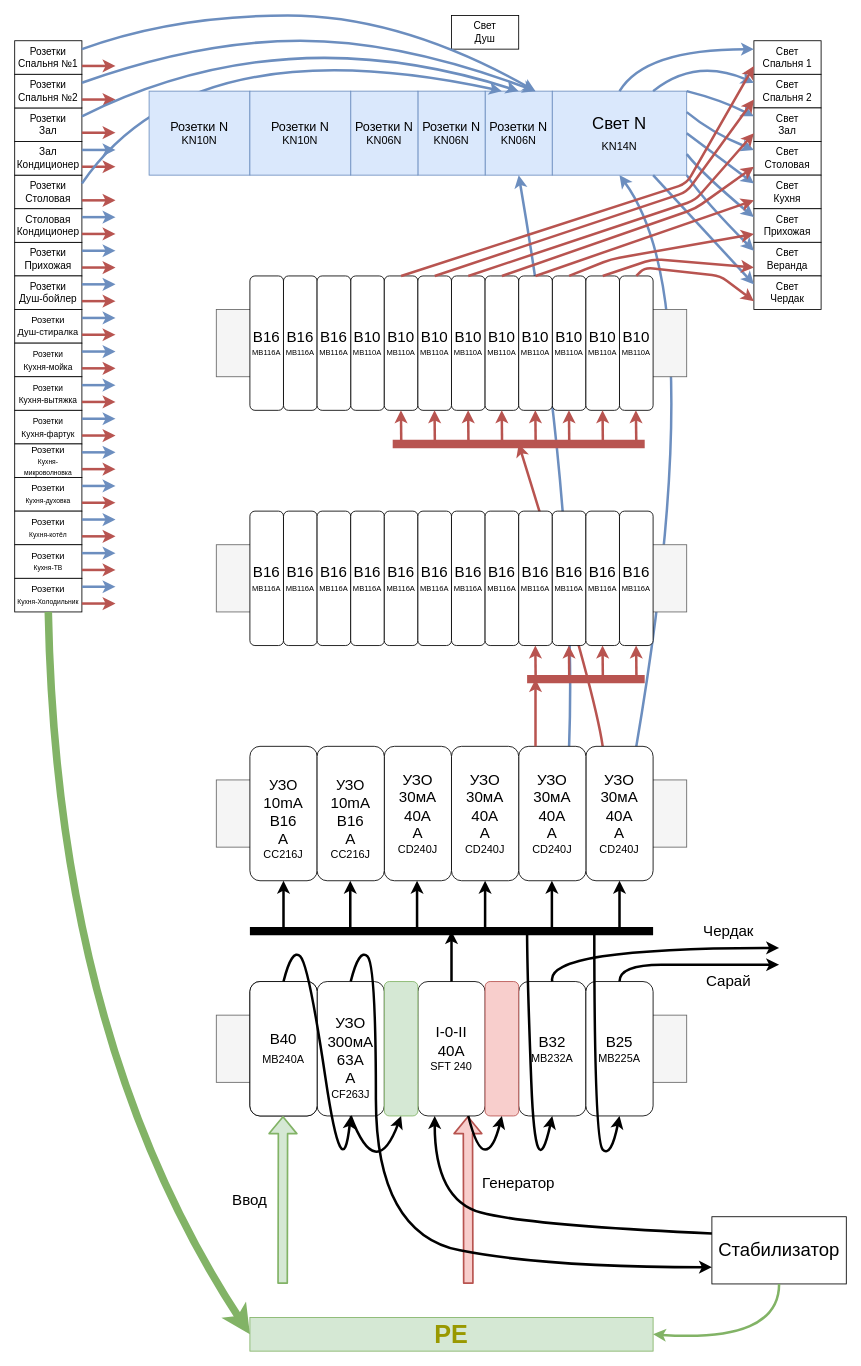
The draw.io diagram shit-v2.drawio in Tur-4000/electro22, before the edit. Source tidied: cells renumbered, new cells numbered last; positions are measured from the earlier drawing's top-left corner, leaving out a move shared by most shapes. Both pictures are drawn from the tidied source at 84%, with x=0, y=0 at pixel (14, 15).
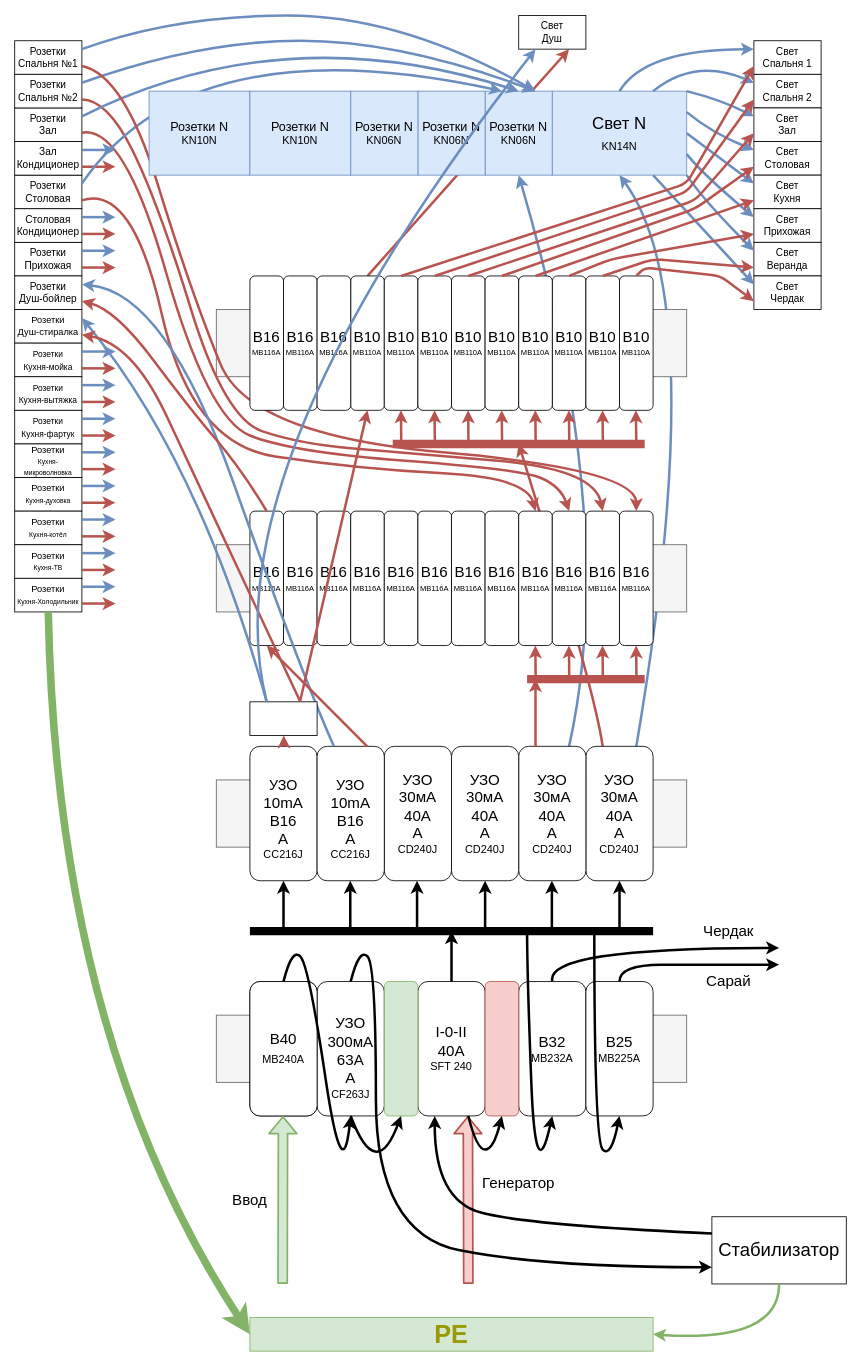
Above is the later version.

The change refers to these unchanged cells:
```xml
<mxCell id="39" value="&lt;div style=&quot;font-size: 15px&quot;&gt;&lt;font style=&quot;font-size: 15px&quot;&gt;Розетки N&lt;/font&gt;&lt;/div&gt;&lt;div style=&quot;font-size: 13px&quot;&gt;&lt;font style=&quot;font-size: 13px&quot;&gt;KN06N&lt;br&gt;&lt;/font&gt;&lt;/div&gt;" style="rounded=0;whiteSpace=wrap;html=1;fillColor=#dae8fc;strokeColor=#6c8ebf;" parent="1" vertex="1">
  <mxGeometry x="560" y="90" width="80" height="100" as="geometry" />
</mxCell>
<mxCell id="48" value="&lt;div&gt;Розетки&lt;/div&gt;&lt;div&gt;Душ-бойлер&lt;br&gt;&lt;/div&gt;" style="rounded=0;whiteSpace=wrap;html=1;" parent="1" vertex="1">
  <mxGeometry y="310" width="80" height="40" as="geometry" />
</mxCell>
<mxCell id="49" value="&lt;div style=&quot;font-size: 11px&quot;&gt;Розетки&lt;/div&gt;&lt;div style=&quot;font-size: 11px&quot;&gt;&lt;font style=&quot;font-size: 11px&quot;&gt;Душ-стиралка&lt;/font&gt;&lt;br&gt;&lt;/div&gt;" style="rounded=0;whiteSpace=wrap;html=1;" parent="1" vertex="1">
  <mxGeometry y="350" width="80" height="40" as="geometry" />
</mxCell>
<mxCell id="67" value="&lt;div style=&quot;font-size: 18px&quot;&gt;&lt;font style=&quot;font-size: 18px&quot;&gt;&lt;span style=&quot;color: rgb(0 , 0 , 0) ; font-weight: normal ; text-decoration: none ; font-family: &amp;#34;arial&amp;#34; ; font-style: normal&quot;&gt;УЗО&lt;/span&gt;&lt;/font&gt;&lt;/div&gt;&lt;div style=&quot;font-size: 18px&quot;&gt;&lt;font style=&quot;font-size: 18px&quot;&gt;&lt;span style=&quot;color: rgb(0 , 0 , 0) ; font-weight: normal ; text-decoration: none ; font-family: &amp;#34;arial&amp;#34; ; font-style: normal&quot;&gt;30мА&lt;/span&gt;&lt;/font&gt;&lt;/div&gt;&lt;div style=&quot;font-size: 18px&quot;&gt;&lt;font style=&quot;font-size: 18px&quot;&gt;&lt;span style=&quot;color: rgb(0 , 0 , 0) ; font-weight: normal ; text-decoration: none ; font-family: &amp;#34;arial&amp;#34; ; font-style: normal&quot;&gt;40А&lt;/span&gt;&lt;/font&gt;&lt;/div&gt;&lt;div style=&quot;font-size: 18px&quot;&gt;&lt;span style=&quot;color: rgb(0 , 0 , 0) ; font-weight: normal ; text-decoration: none ; font-family: &amp;#34;arial&amp;#34; ; font-style: normal&quot;&gt;&lt;font style=&quot;font-size: 18px&quot;&gt;А&lt;/font&gt;&lt;br&gt;&lt;/span&gt;&lt;/div&gt;&lt;div&gt;&lt;span style=&quot;font-size: 13px ; color: #000000 ; font-weight: normal ; text-decoration: none ; font-family: &amp;#34;arial&amp;#34; ; font-style: normal&quot;&gt;CD240J&lt;/span&gt;&lt;/div&gt;" style="rounded=1;whiteSpace=wrap;html=1;" parent="1" vertex="1">
  <mxGeometry x="600" y="870" width="80" height="160" as="geometry" />
</mxCell>
<mxCell id="70" value="&lt;div&gt;&lt;br&gt;&lt;/div&gt;&lt;div&gt;&lt;font style=&quot;font-size: 17px&quot;&gt;УЗО&lt;/font&gt;&lt;br&gt;&lt;/div&gt;&lt;div style=&quot;font-size: 18px&quot;&gt;&lt;span style=&quot;color: rgb(0 , 0 , 0) ; font-weight: normal ; text-decoration: none ; font-family: &amp;#34;arial&amp;#34; ; font-style: normal&quot;&gt;&lt;font style=&quot;font-size: 18px&quot;&gt;10mA&lt;/font&gt;&lt;/span&gt;&lt;br&gt;&lt;span style=&quot;color: rgb(0 , 0 , 0) ; font-weight: normal ; text-decoration: none ; font-family: &amp;#34;arial&amp;#34; ; font-style: normal&quot;&gt;&lt;font style=&quot;font-size: 18px&quot;&gt;&lt;span style=&quot;color: rgb(0 , 0 , 0) ; font-weight: normal ; text-decoration: none ; font-family: &amp;#34;arial&amp;#34; ; font-style: normal&quot;&gt;B16&lt;/span&gt;&lt;/font&gt;&lt;/span&gt;&lt;/div&gt;&lt;div style=&quot;font-size: 18px&quot;&gt;&lt;span style=&quot;color: rgb(0 , 0 , 0) ; font-weight: normal ; text-decoration: none ; font-family: &amp;#34;arial&amp;#34; ; font-style: normal&quot;&gt;&lt;font style=&quot;font-size: 18px&quot;&gt;&lt;span style=&quot;color: rgb(0 , 0 , 0) ; font-weight: normal ; text-decoration: none ; font-family: &amp;#34;arial&amp;#34; ; font-style: normal&quot;&gt;А&lt;br&gt;&lt;/span&gt;&lt;/font&gt;&lt;/span&gt;&lt;/div&gt;&lt;div&gt;&lt;span style=&quot;font-size: 13px ; color: #000000 ; font-weight: normal ; text-decoration: none ; font-family: &amp;#34;arial&amp;#34; ; font-style: normal&quot;&gt;CC216J&lt;/span&gt;&lt;br&gt;&lt;span style=&quot;font-size: 13px ; color: #000000 ; font-weight: normal ; text-decoration: none ; font-family: &amp;#34;arial&amp;#34; ; font-style: normal&quot;&gt;&lt;/span&gt;&lt;/div&gt;" style="rounded=1;whiteSpace=wrap;html=1;" parent="1" vertex="1">
  <mxGeometry x="360" y="870" width="80" height="160" as="geometry" />
</mxCell>
<mxCell id="75" value="&lt;div&gt;&lt;span style=&quot;font-size: 13px ; color: #000000 ; font-weight: normal ; text-decoration: none ; font-family: &amp;#34;arial&amp;#34; ; font-style: normal&quot;&gt;&lt;font style=&quot;font-size: 18px&quot;&gt;B10&lt;/font&gt;&lt;br&gt;&lt;/span&gt;&lt;/div&gt;&lt;div&gt;&lt;font size=&quot;1&quot;&gt;&lt;span style=&quot;font-size: 9px ; color: rgb(0 , 0 , 0) ; font-weight: normal ; text-decoration: none ; font-family: &amp;#34;arial&amp;#34; ; font-style: normal&quot;&gt;MB110A&lt;/span&gt;&lt;/font&gt;&lt;/div&gt;" style="rounded=1;whiteSpace=wrap;html=1;" parent="1" vertex="1">
  <mxGeometry x="400" y="310" width="40" height="160" as="geometry" />
</mxCell>
<mxCell id="114" value="&lt;div&gt;&lt;span style=&quot;font-size: 13px ; color: #000000 ; font-weight: normal ; text-decoration: none ; font-family: &amp;#34;arial&amp;#34; ; font-style: normal&quot;&gt;&lt;font style=&quot;font-size: 18px&quot;&gt;B16&lt;/font&gt;&lt;br&gt;&lt;/span&gt;&lt;/div&gt;&lt;div&gt;&lt;font size=&quot;1&quot;&gt;&lt;span style=&quot;font-size: 9px ; color: rgb(0 , 0 , 0) ; font-weight: normal ; text-decoration: none ; font-family: &amp;#34;arial&amp;#34; ; font-style: normal&quot;&gt;MB116A&lt;/span&gt;&lt;/font&gt;&lt;/div&gt;" style="rounded=1;whiteSpace=wrap;html=1;" parent="1" vertex="1">
  <mxGeometry x="280" y="590" width="40" height="160" as="geometry" />
</mxCell>
<mxCell id="122" value="&lt;div&gt;&lt;span style=&quot;font-size: 13px ; color: #000000 ; font-weight: normal ; text-decoration: none ; font-family: &amp;#34;arial&amp;#34; ; font-style: normal&quot;&gt;&lt;font style=&quot;font-size: 18px&quot;&gt;B16&lt;/font&gt;&lt;br&gt;&lt;/span&gt;&lt;/div&gt;&lt;div&gt;&lt;font size=&quot;1&quot;&gt;&lt;span style=&quot;font-size: 9px ; color: rgb(0 , 0 , 0) ; font-weight: normal ; text-decoration: none ; font-family: &amp;#34;arial&amp;#34; ; font-style: normal&quot;&gt;MB116A&lt;/span&gt;&lt;/font&gt;&lt;/div&gt;" style="rounded=1;whiteSpace=wrap;html=1;" parent="1" vertex="1">
  <mxGeometry x="600" y="590" width="40" height="160" as="geometry" />
</mxCell>
<mxCell id="123" value="&lt;div&gt;&lt;span style=&quot;font-size: 13px ; color: #000000 ; font-weight: normal ; text-decoration: none ; font-family: &amp;#34;arial&amp;#34; ; font-style: normal&quot;&gt;&lt;font style=&quot;font-size: 18px&quot;&gt;B16&lt;/font&gt;&lt;br&gt;&lt;/span&gt;&lt;/div&gt;&lt;div&gt;&lt;font size=&quot;1&quot;&gt;&lt;span style=&quot;font-size: 9px ; color: rgb(0 , 0 , 0) ; font-weight: normal ; text-decoration: none ; font-family: &amp;#34;arial&amp;#34; ; font-style: normal&quot;&gt;MB116A&lt;/span&gt;&lt;/font&gt;&lt;/div&gt;" style="rounded=1;whiteSpace=wrap;html=1;" parent="1" vertex="1">
  <mxGeometry x="640" y="590" width="40" height="160" as="geometry" />
</mxCell>
<mxCell id="124" value="&lt;div&gt;&lt;span style=&quot;font-size: 13px ; color: #000000 ; font-weight: normal ; text-decoration: none ; font-family: &amp;#34;arial&amp;#34; ; font-style: normal&quot;&gt;&lt;font style=&quot;font-size: 18px&quot;&gt;B16&lt;/font&gt;&lt;br&gt;&lt;/span&gt;&lt;/div&gt;&lt;div&gt;&lt;font size=&quot;1&quot;&gt;&lt;span style=&quot;font-size: 9px ; color: rgb(0 , 0 , 0) ; font-weight: normal ; text-decoration: none ; font-family: &amp;#34;arial&amp;#34; ; font-style: normal&quot;&gt;MB116A&lt;/span&gt;&lt;/font&gt;&lt;/div&gt;" style="rounded=1;whiteSpace=wrap;html=1;" parent="1" vertex="1">
  <mxGeometry x="680" y="590" width="40" height="160" as="geometry" />
</mxCell>
<mxCell id="125" value="&lt;div&gt;&lt;span style=&quot;font-size: 13px ; color: #000000 ; font-weight: normal ; text-decoration: none ; font-family: &amp;#34;arial&amp;#34; ; font-style: normal&quot;&gt;&lt;font style=&quot;font-size: 18px&quot;&gt;B16&lt;/font&gt;&lt;br&gt;&lt;/span&gt;&lt;/div&gt;&lt;div&gt;&lt;font size=&quot;1&quot;&gt;&lt;span style=&quot;font-size: 9px ; color: rgb(0 , 0 , 0) ; font-weight: normal ; text-decoration: none ; font-family: &amp;#34;arial&amp;#34; ; font-style: normal&quot;&gt;MB116A&lt;/span&gt;&lt;/font&gt;&lt;/div&gt;" style="rounded=1;whiteSpace=wrap;html=1;" parent="1" vertex="1">
  <mxGeometry x="720" y="590" width="40" height="160" as="geometry" />
</mxCell>
```

Diff of the diagram source:
```diff
@@
+    <mxCell id="171" style="endArrow=classic;html=1;strokeWidth=3;entryX=0.75;entryY=1;entryDx=0;entryDy=0;fillColor=#f8cecc;strokeColor=#b85450;" parent="1" edge="1" target="42">
+      <mxGeometry relative="1" as="geometry">
+        <mxPoint x="420.1" y="310" as="sourcePoint" />
+      </mxGeometry>
+    </mxCell>
     <mxCell id="2" style="curved=1;endArrow=classic;html=1;strokeWidth=3;fillColor=#dae8fc;strokeColor=#6c8ebf;exitX=0.75;exitY=0;exitDx=0;exitDy=0;entryX=0.5;entryY=1;entryDx=0;entryDy=0;" parent="1" edge="1" source="67" target="39">
       <mxGeometry relative="1" as="geometry">
         <Array as="points">
-          <mxPoint x="670" y="600" />
+          <mxPoint x="720" y="600" />
         </Array>
       </mxGeometry>
     </mxCell>
@@
     <mxCell id="42" value="&lt;div&gt;Свет&lt;/div&gt;&lt;div&gt;Душ&lt;br&gt;&lt;/div&gt;" style="rounded=0;whiteSpace=wrap;html=1;" parent="1" vertex="1">
-      <mxGeometry x="520" width="80" height="40" as="geometry" />
+      <mxGeometry x="600" width="80" height="40" as="geometry" />
     </mxCell>
@@
-    <mxCell id="126" value="&lt;div&gt;&lt;span style=&quot;font-size: 13px ; color: #000000 ; font-weight: normal ; text-decoration: none ; font-family: &amp;#34;arial&amp;#34; ; font-style: normal&quot;&gt;&lt;font style=&quot;font-size: 18px&quot;&gt;B16&lt;/font&gt;&lt;br&gt;&lt;/span&gt;&lt;/div&gt;&lt;div&gt;&lt;font size=&quot;1&quot;&gt;&lt;span style=&quot;font-size: 9px ; color: rgb(0 , 0 , 0) ; font-weight: normal ; text-decoration: none ; font-family: &amp;#34;arial&amp;#34; ; font-style: normal&quot;&gt;MB116A&lt;/span&gt;&lt;/font&gt;&lt;/div&gt;" style="rounded=1;whiteSpace=wrap;html=1;" parent="1" vertex="1">
-      <mxGeometry x="280" y="310" width="40" height="160" as="geometry" />
-    </mxCell>
@@
-    <mxCell id="130" style="curved=1;endArrow=classic;html=1;strokeWidth=3;exitX=1;exitY=0.75;exitDx=0;exitDy=0;fillColor=#f8cecc;strokeColor=#b85450;" parent="1" edge="1">
+    <mxCell id="130" style="curved=1;endArrow=classic;html=1;strokeWidth=3;exitX=1;exitY=0.75;exitDx=0;exitDy=0;fillColor=#f8cecc;strokeColor=#b85450;entryX=0.5;entryY=0;entryDx=0;entryDy=0;" parent="1" edge="1" target="124">
       <mxGeometry relative="1" as="geometry">
         <mxPoint x="80" y="100" as="sourcePoint" />
-        <mxPoint x="120" y="100" as="targetPoint" />
+        <Array as="points">
+          <mxPoint x="110" y="100" />
+          <mxPoint x="170" y="220" />
+          <mxPoint x="250" y="480" />
+          <mxPoint x="340" y="510" />
+          <mxPoint x="460" y="520" />
+          <mxPoint x="690" y="540" />
+        </Array>
       </mxGeometry>
     </mxCell>
@@
-    <mxCell id="132" style="curved=1;endArrow=classic;html=1;strokeWidth=3;exitX=1;exitY=0.75;exitDx=0;exitDy=0;fillColor=#f8cecc;strokeColor=#b85450;" parent="1" edge="1">
+    <mxCell id="132" style="curved=1;endArrow=classic;html=1;strokeWidth=3;exitX=1;exitY=0.75;exitDx=0;exitDy=0;fillColor=#f8cecc;strokeColor=#b85450;entryX=0.5;entryY=0;entryDx=0;entryDy=0;" parent="1" edge="1" target="123">
       <mxGeometry relative="1" as="geometry">
         <mxPoint x="80" y="139.5" as="sourcePoint" />
-        <mxPoint x="120" y="139.5" as="targetPoint" />
+        <Array as="points">
+          <mxPoint x="130" y="130" />
+          <mxPoint x="230" y="480" />
+          <mxPoint x="330" y="520" />
+          <mxPoint x="600" y="540" />
+          <mxPoint x="650" y="560" />
+        </Array>
       </mxGeometry>
     </mxCell>
@@
-    <mxCell id="136" style="curved=1;endArrow=classic;html=1;strokeWidth=3;exitX=1;exitY=0.75;exitDx=0;exitDy=0;fillColor=#f8cecc;strokeColor=#b85450;" parent="1" edge="1">
+    <mxCell id="136" style="curved=1;endArrow=classic;html=1;strokeWidth=3;exitX=1;exitY=0.75;exitDx=0;exitDy=0;fillColor=#f8cecc;strokeColor=#b85450;entryX=0.5;entryY=0;entryDx=0;entryDy=0;" parent="1" edge="1" target="122">
       <mxGeometry relative="1" as="geometry">
         <mxPoint x="80" y="220" as="sourcePoint" />
-        <mxPoint x="120" y="220" as="targetPoint" />
+        <Array as="points">
+          <mxPoint x="140" y="200" />
+          <mxPoint x="210" y="510" />
+          <mxPoint x="410" y="540" />
+          <mxPoint x="610" y="550" />
+        </Array>
       </mxGeometry>
     </mxCell>
@@
-    <mxCell id="140" style="curved=1;endArrow=classic;html=1;strokeWidth=3;exitX=1;exitY=0.75;exitDx=0;exitDy=0;fillColor=#f8cecc;strokeColor=#b85450;" parent="1" edge="1">
-      <mxGeometry relative="1" as="geometry">
-        <mxPoint x="80" y="340" as="sourcePoint" />
-        <mxPoint x="120" y="340" as="targetPoint" />
-      </mxGeometry>
-    </mxCell>
-    <mxCell id="141" style="curved=1;endArrow=classic;html=1;strokeWidth=3;exitX=1;exitY=0.25;exitDx=0;exitDy=0;fillColor=#dae8fc;strokeColor=#6c8ebf;" parent="1" edge="1">
+    <mxCell id="141" style="curved=1;endArrow=classic;html=1;strokeWidth=3;fillColor=#dae8fc;strokeColor=#6c8ebf;exitX=0.25;exitY=0;exitDx=0;exitDy=0;entryX=1;entryY=0.25;entryDx=0;entryDy=0;" parent="1" edge="1" source="172" target="49">
       <mxGeometry relative="1" as="geometry">
-        <mxPoint x="80" y="360" as="sourcePoint" />
-        <mxPoint x="120" y="360" as="targetPoint" />
+        <Array as="points">
+          <mxPoint x="220" y="530" />
+        </Array>
       </mxGeometry>
     </mxCell>
-    <mxCell id="142" style="curved=1;endArrow=classic;html=1;strokeWidth=3;exitX=1;exitY=0.75;exitDx=0;exitDy=0;fillColor=#f8cecc;strokeColor=#b85450;" parent="1" edge="1">
+    <mxCell id="142" style="curved=1;endArrow=classic;html=1;strokeWidth=3;exitX=0.75;exitY=0;exitDx=0;exitDy=0;fillColor=#f8cecc;strokeColor=#b85450;entryX=1;entryY=0.75;entryDx=0;entryDy=0;" parent="1" edge="1" source="172" target="49">
       <mxGeometry relative="1" as="geometry">
-        <mxPoint x="80" y="380" as="sourcePoint" />
-        <mxPoint x="120" y="380" as="targetPoint" />
+        <Array as="points">
+          <mxPoint x="220" y="560" />
+          <mxPoint x="140" y="390" />
+        </Array>
       </mxGeometry>
     </mxCell>
-    <mxCell id="143" style="curved=1;endArrow=classic;html=1;strokeWidth=3;exitX=1;exitY=0.25;exitDx=0;exitDy=0;fillColor=#dae8fc;strokeColor=#6c8ebf;" parent="1" edge="1">
+    <mxCell id="143" style="curved=1;endArrow=classic;html=1;strokeWidth=3;fillColor=#dae8fc;strokeColor=#6c8ebf;entryX=1;entryY=0.25;entryDx=0;entryDy=0;exitX=0.25;exitY=0;exitDx=0;exitDy=0;" parent="1" edge="1" source="70" target="48">
       <mxGeometry relative="1" as="geometry">
-        <mxPoint x="80" y="320" as="sourcePoint" />
-        <mxPoint x="120" y="320" as="targetPoint" />
+        <Array as="points">
+          <mxPoint x="340" y="780" />
+          <mxPoint x="180" y="330" />
+        </Array>
       </mxGeometry>
     </mxCell>
@@
-    <mxCell id="160" style="curved=1;endArrow=classic;html=1;strokeWidth=3;exitX=1;exitY=0.75;exitDx=0;exitDy=0;fillColor=#f8cecc;strokeColor=#b85450;" parent="1" edge="1">
+    <mxCell id="160" style="curved=1;endArrow=classic;html=1;strokeWidth=3;exitX=1;exitY=0.75;exitDx=0;exitDy=0;fillColor=#f8cecc;strokeColor=#b85450;entryX=0.5;entryY=0;entryDx=0;entryDy=0;" parent="1" edge="1" target="125">
       <mxGeometry relative="1" as="geometry">
         <mxPoint x="80" y="60" as="sourcePoint" />
-        <mxPoint x="120" y="60" as="targetPoint" />
+        <Array as="points">
+          <mxPoint x="130" y="70" />
+          <mxPoint x="210" y="330" />
+          <mxPoint x="280" y="500" />
+          <mxPoint x="740" y="540" />
+        </Array>
       </mxGeometry>
     </mxCell>
@@
+    <mxCell id="126" value="&lt;div&gt;&lt;span style=&quot;font-size: 13px ; color: #000000 ; font-weight: normal ; text-decoration: none ; font-family: &amp;#34;arial&amp;#34; ; font-style: normal&quot;&gt;&lt;font style=&quot;font-size: 18px&quot;&gt;B16&lt;/font&gt;&lt;br&gt;&lt;/span&gt;&lt;/div&gt;&lt;div&gt;&lt;font size=&quot;1&quot;&gt;&lt;span style=&quot;font-size: 9px ; color: rgb(0 , 0 , 0) ; font-weight: normal ; text-decoration: none ; font-family: &amp;#34;arial&amp;#34; ; font-style: normal&quot;&gt;MB116A&lt;/span&gt;&lt;/font&gt;&lt;/div&gt;" style="rounded=1;whiteSpace=wrap;html=1;" parent="1" vertex="1">
+      <mxGeometry x="280" y="310" width="40" height="160" as="geometry" />
+    </mxCell>
+    <mxCell id="172" style="rounded=0;whiteSpace=wrap;html=1;" parent="1" vertex="1">
+      <mxGeometry x="280" y="817" width="80" height="40" as="geometry" />
+    </mxCell>
+    <mxCell id="173" style="endArrow=classic;html=1;strokeWidth=3;fillColor=#f8cecc;strokeColor=#b85450;exitX=0.25;exitY=0;exitDx=0;exitDy=0;entryX=0.5;entryY=1;entryDx=0;entryDy=0;" parent="1" edge="1" target="114">
+      <mxGeometry relative="1" as="geometry">
+        <mxPoint x="419.6" y="870" as="sourcePoint" />
+      </mxGeometry>
+    </mxCell>
+    <mxCell id="174" style="endArrow=classic;html=1;strokeWidth=3;fillColor=#f8cecc;strokeColor=#b85450;" parent="1" edge="1" target="172">
+      <mxGeometry relative="1" as="geometry">
+        <mxPoint x="320.5" y="870" as="sourcePoint" />
+      </mxGeometry>
+    </mxCell>
+    <mxCell id="175" style="endArrow=classic;html=1;strokeWidth=3;fillColor=#f8cecc;strokeColor=#b85450;exitX=0.25;exitY=0;exitDx=0;exitDy=0;entryX=0.5;entryY=1;entryDx=0;entryDy=0;" parent="1" edge="1" target="75">
+      <mxGeometry relative="1" as="geometry">
+        <mxPoint x="339.6" y="817" as="sourcePoint" />
+      </mxGeometry>
+    </mxCell>
+    <mxCell id="176" style="curved=1;endArrow=classic;html=1;strokeWidth=3;fillColor=#dae8fc;strokeColor=#6c8ebf;exitX=0.25;exitY=0;exitDx=0;exitDy=0;entryX=0.25;entryY=1;entryDx=0;entryDy=0;" parent="1" edge="1" source="172" target="42">
+      <mxGeometry relative="1" as="geometry">
+        <Array as="points">
+          <mxPoint x="230" y="540" />
+        </Array>
+      </mxGeometry>
+    </mxCell>
+    <mxCell id="177" style="curved=1;endArrow=classic;html=1;strokeWidth=3;exitX=0.5;exitY=0;exitDx=0;exitDy=0;fillColor=#f8cecc;strokeColor=#b85450;entryX=1;entryY=0.75;entryDx=0;entryDy=0;" parent="1" edge="1" source="114" target="48">
+      <mxGeometry relative="1" as="geometry">
+        <Array as="points">
+          <mxPoint x="270" y="540" />
+          <mxPoint x="210" y="470" />
+          <mxPoint x="120" y="350" />
+        </Array>
+      </mxGeometry>
+    </mxCell>
```
